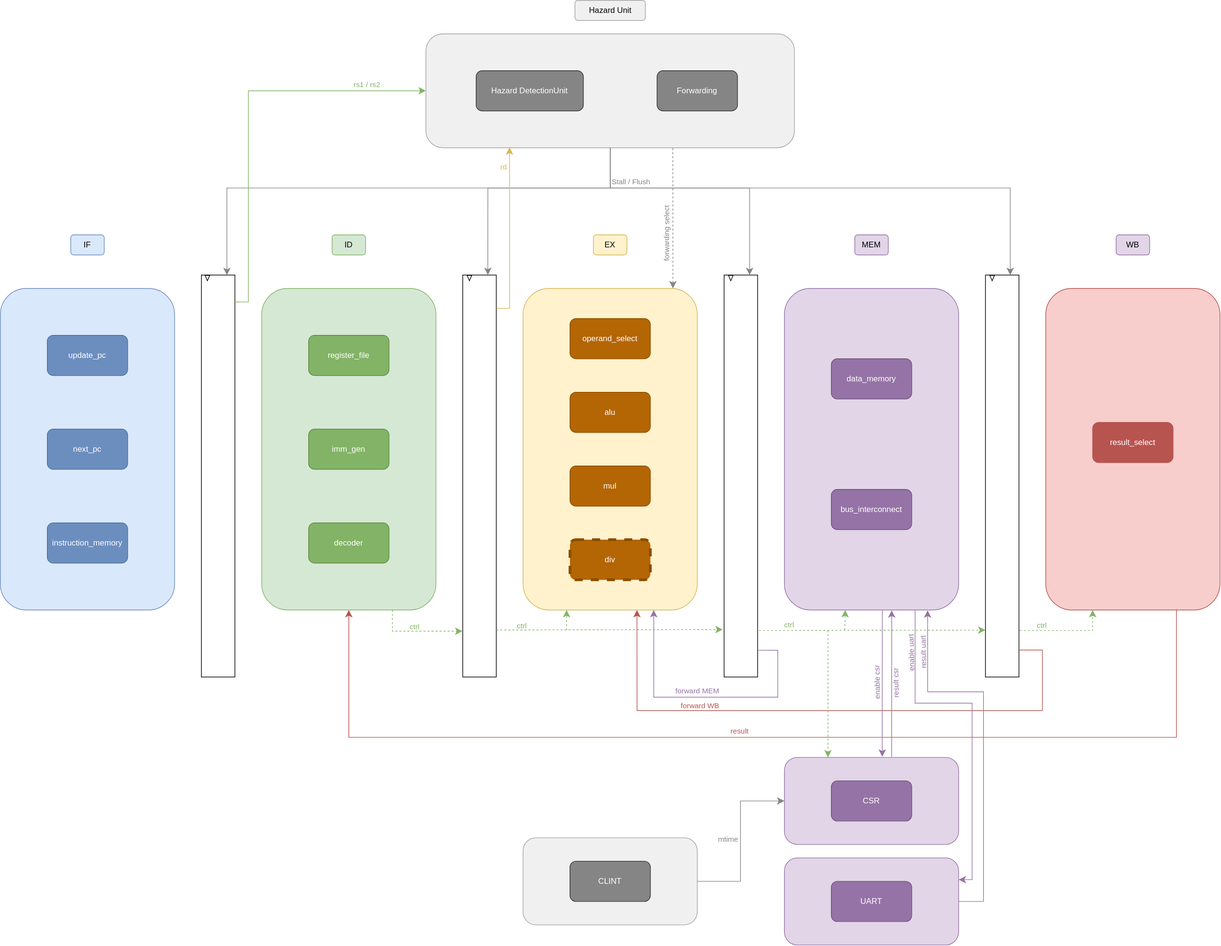
This is further/pipe_architecture.svg from marcobenkler/riscv-cpu, a draw.io export, as it was before one commit. Source tidied: cells renumbered, new cells last; positions are measured from the earlier drawing's top-left corner, leaving out a move shared by most shapes.
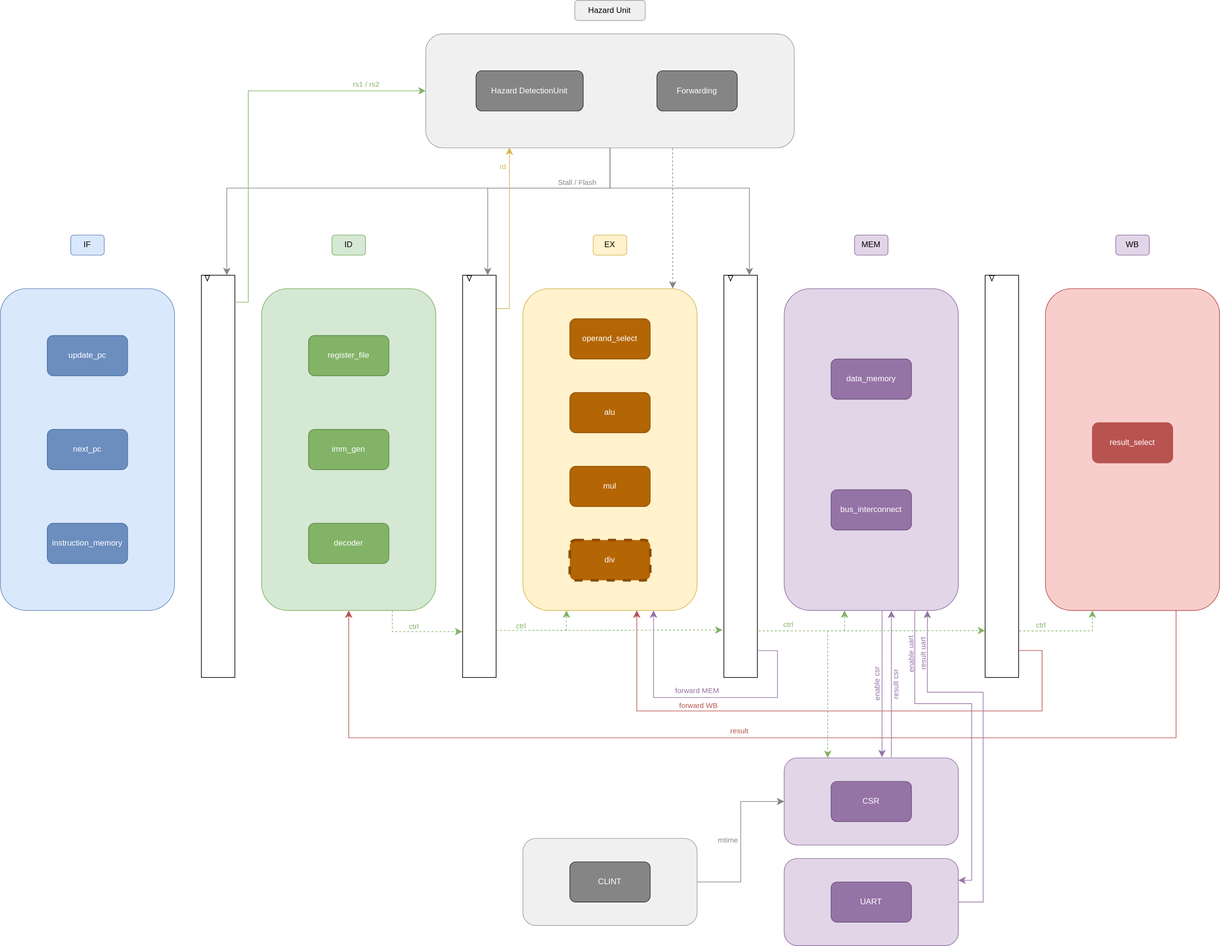
Above is the later version.

Commit message:
Fix error -no flash in wb reg

Diff of the diagram source:
```diff
@@ -182,6 +182,11 @@
         </Array>
       </mxGeometry>
     </mxCell>
+    <mxCell id="52" value="Stall / Flash" style="edgeLabel;html=1;align=center;verticalAlign=middle;labelBackgroundColor=none;fontColor=#858585;" parent="48" vertex="1">
+      <mxGeometry x="-0.45" y="-2" relative="1" as="geometry">
+        <mxPoint x="-7" y="-6" as="offset" />
+      </mxGeometry>
+    </mxCell>
     <mxCell id="49" style="edgeStyle=segmentEdgeStyle;endArrow=classic;html=1;curved=0;rounded=0;endSize=8;startSize=8;exitX=0.5;exitY=1;exitDx=0;exitDy=0;entryX=0.75;entryY=0;entryDx=0;entryDy=0;strokeColor=#858585;" parent="1" edge="1" source="31" target="20">
       <mxGeometry relative="1" as="geometry">
         <Array as="points">
@@ -191,25 +196,6 @@
         </Array>
       </mxGeometry>
     </mxCell>
-    <mxCell id="50" style="edgeStyle=segmentEdgeStyle;endArrow=classic;html=1;curved=0;rounded=0;endSize=8;startSize=8;exitX=0.5;exitY=1;exitDx=0;exitDy=0;entryX=0.75;entryY=0;entryDx=0;entryDy=0;strokeColor=#858585;" parent="1" edge="1" source="31" target="26">
-      <mxGeometry relative="1" as="geometry">
-        <Array as="points">
-          <mxPoint x="910" y="280" />
-          <mxPoint x="1507" y="280" />
-          <mxPoint x="1507" y="410" />
-        </Array>
-      </mxGeometry>
-    </mxCell>
-    <mxCell id="51" value="Stall / Flush" style="edgeLabel;html=1;align=center;verticalAlign=middle;labelBackgroundColor=none;fontColor=#858585;" parent="50" vertex="1">
-      <mxGeometry x="-0.93" y="-2" relative="1" as="geometry">
-        <mxPoint x="32" y="23" as="offset" />
-      </mxGeometry>
-    </mxCell>
-    <mxCell id="52" value="forwarding select" style="edgeLabel;html=1;align=center;verticalAlign=middle;labelBackgroundColor=none;fontColor=#858585;rotation=-90;" parent="50" vertex="1">
-      <mxGeometry x="-0.93" y="-2" relative="1" as="geometry">
-        <mxPoint x="86" y="102" as="offset" />
-      </mxGeometry>
-    </mxCell>
     <mxCell id="53" style="edgeStyle=elbowEdgeStyle;elbow=horizontal;endArrow=classic;html=1;curved=0;rounded=0;endSize=8;startSize=8;exitX=0.75;exitY=1;exitDx=0;exitDy=0;entryX=-0.009;entryY=0.886;entryDx=0;entryDy=0;entryPerimeter=0;fillColor=#d5e8d4;strokeColor=#82b366;dashed=1;" parent="1" edge="1" source="8" target="13">
       <mxGeometry relative="1" as="geometry">
         <Array as="points">
```
